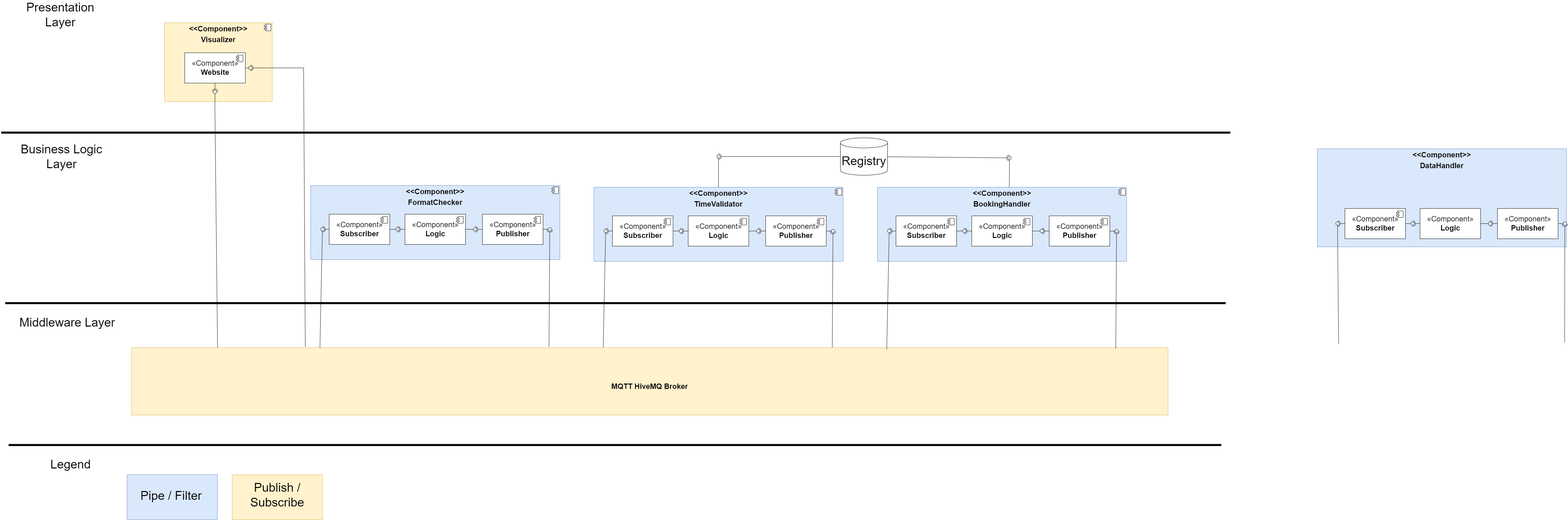
adammuntasir/DIT355-Mini-Project-Distributed-Systems-Development-team-8-project keeps this draw.io diagram as Component.png. Above is the earlier version. Source tidied: cells renumbered, new cells last; positions are measured from the earlier drawing's top-left corner, leaving out a move shared by most shapes.
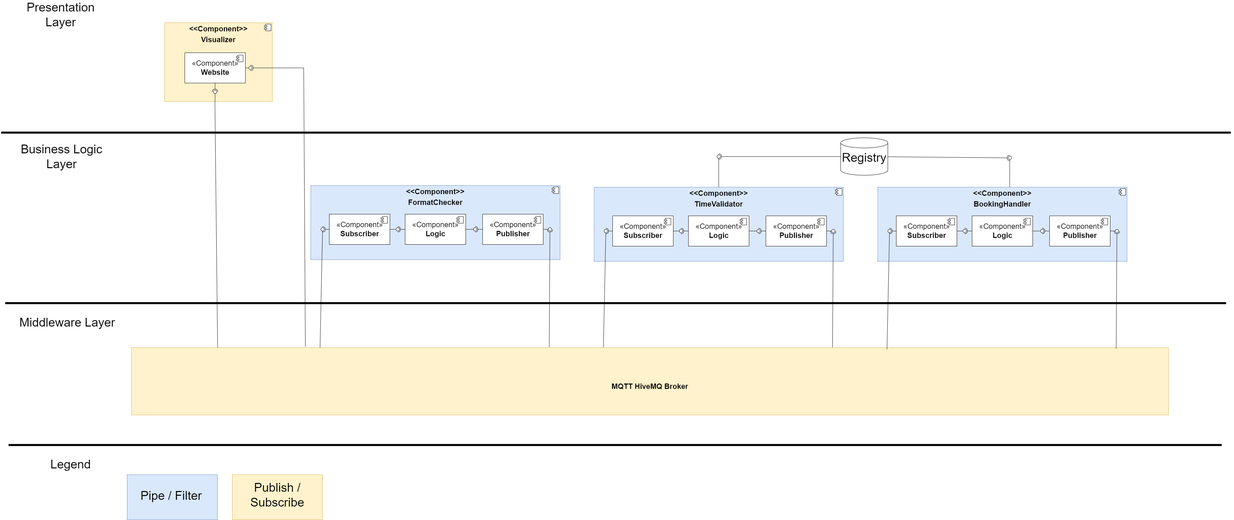
The same diagram one commit later.

Commit message:
edited out extra drawings

What changed in the source:
```diff
@@ -235,63 +235,6 @@
     <mxCell id="65" style="ellipse;whiteSpace=wrap;html=1;align=center;points=[];outlineConnect=0;sketch=0;fontSize=22;" parent="1" vertex="1">
       <mxGeometry x="949" y="647" width="10" height="10" as="geometry" />
     </mxCell>
-    <mxCell id="66" value="&lt;p style=&quot;margin: 6px 0px 0px; text-align: center; font-size: 22px;&quot;&gt;&lt;/p&gt;&lt;p style=&quot;margin: 6px 0px 0px; text-align: center; font-size: 22px;&quot;&gt;&lt;b style=&quot;font-size: 22px;&quot;&gt;&amp;lt;&amp;lt;Component&amp;gt;&amp;gt;&lt;/b&gt;&lt;br style=&quot;font-size: 22px;&quot;&gt;&lt;/p&gt;&lt;p style=&quot;margin: 6px 0px 0px; text-align: center; font-size: 22px;&quot;&gt;&lt;b style=&quot;font-size: 22px;&quot;&gt;DataHandler&lt;/b&gt;&lt;/p&gt;&lt;div style=&quot;font-size: 22px;&quot;&gt;&lt;b style=&quot;font-size: 22px;&quot;&gt;&lt;br style=&quot;font-size: 22px;&quot;&gt;&lt;/b&gt;&lt;/div&gt;" style="align=left;overflow=fill;html=1;fontSize=22;fillColor=#dae8fc;strokeColor=#6c8ebf;" parent="1" vertex="1">
-      <mxGeometry x="3908" y="413" width="740" height="291" as="geometry" />
-    </mxCell>
-    <mxCell id="67" value="«Component»&lt;br style=&quot;font-size: 22px;&quot;&gt;&lt;b style=&quot;font-size: 22px;&quot;&gt;Subscriber&lt;/b&gt;" style="html=1;fontSize=22;" parent="1" vertex="1">
-      <mxGeometry x="3990" y="590" width="180" height="90" as="geometry" />
-    </mxCell>
-    <mxCell id="68" style="shape=module;jettyWidth=8;jettyHeight=4;fontSize=22;" parent="67" vertex="1">
-      <mxGeometry x="1" width="20" height="20" relative="1" as="geometry">
-        <mxPoint x="-27" y="7" as="offset" />
-      </mxGeometry>
-    </mxCell>
-    <mxCell id="69" value="«Component»&lt;br style=&quot;font-size: 22px;&quot;&gt;&lt;b style=&quot;font-size: 22px;&quot;&gt;Publisher&lt;/b&gt;" style="html=1;fontSize=22;" parent="1" vertex="1">
-      <mxGeometry x="4443" y="590" width="180" height="90" as="geometry" />
-    </mxCell>
-    <mxCell id="70" value="«Component»&lt;br style=&quot;font-size: 22px;&quot;&gt;&lt;b style=&quot;font-size: 22px;&quot;&gt;Logic&lt;/b&gt;" style="html=1;fontSize=22;" parent="1" vertex="1">
-      <mxGeometry x="4213" y="590" width="180" height="90" as="geometry" />
-    </mxCell>
-    <mxCell id="71" style="rounded=0;jettySize=auto;html=1;endArrow=none;endFill=0;sketch=0;sourcePerimeterSpacing=0;targetPerimeterSpacing=0;fontSize=22;" parent="1" edge="1" source="70" target="73">
-      <mxGeometry relative="1" as="geometry" />
-    </mxCell>
-    <mxCell id="72" style="rounded=0;jettySize=auto;html=1;endArrow=halfCircle;endFill=0;entryX=0.5;entryY=0.5;endSize=6;strokeWidth=1;sketch=0;fontSize=22;" parent="1" edge="1" source="69" target="73">
-      <mxGeometry relative="1" as="geometry" />
-    </mxCell>
-    <mxCell id="73" style="ellipse;whiteSpace=wrap;html=1;align=center;points=[];outlineConnect=0;sketch=0;fontSize=22;" parent="1" vertex="1">
-      <mxGeometry x="4416" y="630" width="10" height="10" as="geometry" />
-    </mxCell>
-    <mxCell id="74" style="rounded=0;jettySize=auto;html=1;endArrow=none;endFill=0;sketch=0;sourcePerimeterSpacing=0;targetPerimeterSpacing=0;fontSize=22;" parent="1" edge="1" source="69" target="76">
-      <mxGeometry relative="1" as="geometry" />
-    </mxCell>
-    <mxCell id="75" style="rounded=0;jettySize=auto;html=1;endArrow=halfCircle;endFill=0;entryX=0.5;entryY=0.5;endSize=6;strokeWidth=1;sketch=0;fontSize=22;exitX=0.942;exitY=0.001;exitDx=0;exitDy=0;exitPerimeter=0;" parent="1" edge="1" target="76">
-      <mxGeometry relative="1" as="geometry">
-        <mxPoint x="4642.5" y="987.2" as="sourcePoint" />
-      </mxGeometry>
-    </mxCell>
-    <mxCell id="76" style="ellipse;whiteSpace=wrap;html=1;align=center;points=[];outlineConnect=0;sketch=0;fontSize=22;" parent="1" vertex="1">
-      <mxGeometry x="4638" y="630" width="10" height="10" as="geometry" />
-    </mxCell>
-    <mxCell id="77" style="rounded=0;jettySize=auto;html=1;endArrow=none;endFill=0;sketch=0;sourcePerimeterSpacing=0;targetPerimeterSpacing=0;fontSize=22;" parent="1" edge="1" source="67" target="79">
-      <mxGeometry relative="1" as="geometry" />
-    </mxCell>
-    <mxCell id="78" style="rounded=0;jettySize=auto;html=1;endArrow=halfCircle;endFill=0;entryX=0.5;entryY=0.5;endSize=6;strokeWidth=1;sketch=0;fontSize=22;" parent="1" edge="1" source="70" target="79">
-      <mxGeometry relative="1" as="geometry" />
-    </mxCell>
-    <mxCell id="79" style="ellipse;whiteSpace=wrap;html=1;align=center;points=[];outlineConnect=0;sketch=0;fontSize=22;" parent="1" vertex="1">
-      <mxGeometry x="4186" y="630" width="10" height="10" as="geometry" />
-    </mxCell>
-    <mxCell id="80" style="rounded=0;jettySize=auto;html=1;endArrow=none;endFill=0;sketch=0;sourcePerimeterSpacing=0;targetPerimeterSpacing=0;fontSize=22;exitX=0.724;exitY=0.02;exitDx=0;exitDy=0;exitPerimeter=0;" parent="1" edge="1" target="82">
-      <mxGeometry relative="1" as="geometry">
-        <mxPoint x="3971.5" y="991" as="sourcePoint" />
-      </mxGeometry>
-    </mxCell>
-    <mxCell id="81" style="rounded=0;jettySize=auto;html=1;endArrow=halfCircle;endFill=0;entryX=0.5;entryY=0.5;endSize=6;strokeWidth=1;sketch=0;entryDx=0;entryDy=0;fontSize=22;" parent="1" edge="1" source="67" target="82">
-      <mxGeometry relative="1" as="geometry" />
-    </mxCell>
-    <mxCell id="82" style="ellipse;whiteSpace=wrap;html=1;align=center;points=[];outlineConnect=0;sketch=0;fontSize=22;" parent="1" vertex="1">
-      <mxGeometry x="3963" y="630" width="10" height="10" as="geometry" />
-    </mxCell>
     <mxCell id="83" value="Registry" style="shape=cylinder3;whiteSpace=wrap;html=1;boundedLbl=1;backgroundOutline=1;size=15;fontSize=36;" parent="1" vertex="1">
       <mxGeometry x="2492" y="380.5" width="140" height="111" as="geometry" />
     </mxCell>
```
